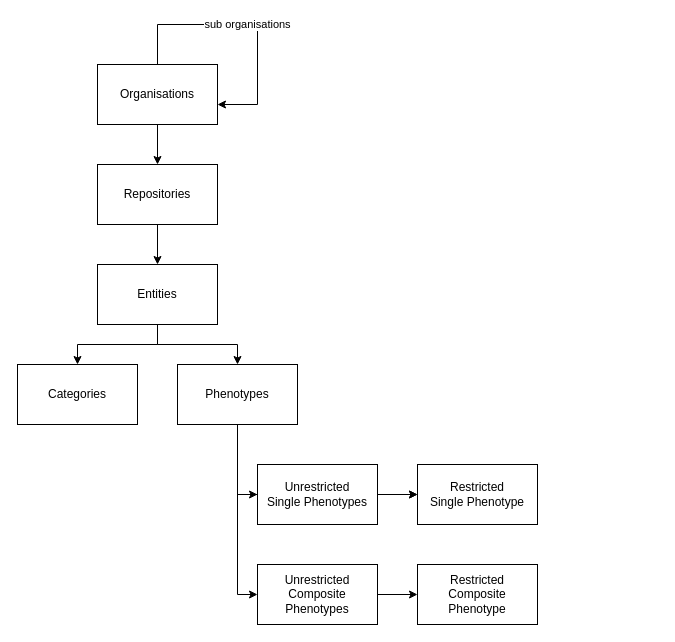
Above: docs/assets/images/content-type-hierarchy.drawio in Onto-Med/top-deployment (draw.io), before the change. Source tidied: cells renumbered, new cells numbered last; positions are measured from the earlier drawing's top-left corner, leaving out a move shared by most shapes. Both pictures are drawn from the tidied source at 100%, with x=0, y=0 at pixel (17, 24).
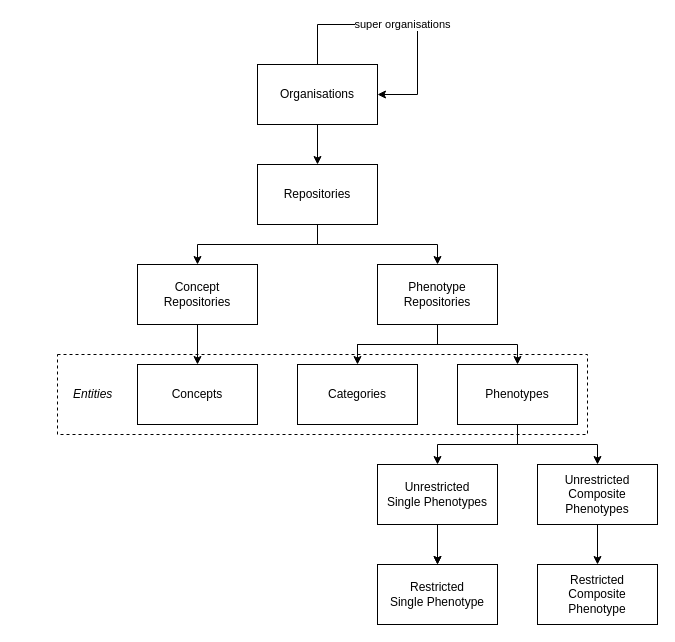
The same diagram, later.

Commit message (it also covers changes not shown here):
Add repository type documentation

Diff of the diagram source:
```diff
@@
+    <mxCell id="22" value="Entities" style="rounded=0;whiteSpace=wrap;html=1;fontStyle=2;labelPosition=center;verticalLabelPosition=middle;align=left;verticalAlign=middle;spacingLeft=14;dashed=1;fillColor=none;" parent="1" vertex="1">
+      <mxGeometry x="40" y="330" width="530" height="80" as="geometry" />
+    </mxCell>
@@
     <mxCell id="3" value="Organisations" style="rounded=0;whiteSpace=wrap;html=1;" parent="1" vertex="1">
-      <mxGeometry x="80" y="40" width="120" height="60" as="geometry" />
+      <mxGeometry x="240" y="40" width="120" height="60" as="geometry" />
     </mxCell>
-    <mxCell id="4" value="sub organisations" style="edgeStyle=orthogonalEdgeStyle;rounded=0;orthogonalLoop=1;jettySize=auto;html=1;exitX=0.5;exitY=0;exitDx=0;exitDy=0;" parent="1" edge="1" source="3" target="3">
+    <mxCell id="4" value="super organisations" style="edgeStyle=orthogonalEdgeStyle;rounded=0;orthogonalLoop=1;jettySize=auto;html=1;exitX=0.5;exitY=0;exitDx=0;exitDy=0;" parent="1" edge="1" source="3" target="3">
       <mxGeometry relative="1" as="geometry">
         <Array as="points">
-          <mxPoint x="140" />
-          <mxPoint x="240" />
-          <mxPoint x="240" y="80" />
+          <mxPoint x="300" />
+          <mxPoint x="400" />
+          <mxPoint x="400" y="70" />
         </Array>
       </mxGeometry>
     </mxCell>
@@
+    <mxCell id="23" style="edgeStyle=orthogonalEdgeStyle;html=1;strokeColor=default;rounded=0;" parent="1" edge="1" source="6" target="25">
+      <mxGeometry relative="1" as="geometry" />
+    </mxCell>
     <mxCell id="6" value="Repositories" style="whiteSpace=wrap;html=1;rounded=0;" parent="1" vertex="1">
-      <mxGeometry x="80" y="140" width="120" height="60" as="geometry" />
+      <mxGeometry x="240" y="140" width="120" height="60" as="geometry" />
     </mxCell>
     <mxCell id="7" style="edgeStyle=orthogonalEdgeStyle;rounded=0;jettySize=auto;html=1;" parent="1" edge="1" source="9" target="10">
       <mxGeometry relative="1" as="geometry">
         <Array as="points">
-          <mxPoint x="140" y="320" />
-          <mxPoint x="60" y="320" />
+          <mxPoint x="340" y="320" />
+          <mxPoint x="260" y="320" />
         </Array>
       </mxGeometry>
     </mxCell>
     <mxCell id="8" style="edgeStyle=orthogonalEdgeStyle;rounded=0;jettySize=auto;html=1;" parent="1" edge="1" source="9" target="13">
       <mxGeometry relative="1" as="geometry">
         <Array as="points">
-          <mxPoint x="140" y="320" />
-          <mxPoint x="220" y="320" />
+          <mxPoint x="340" y="320" />
+          <mxPoint x="420" y="320" />
         </Array>
       </mxGeometry>
     </mxCell>
-    <mxCell id="9" value="Entities" style="whiteSpace=wrap;html=1;rounded=0;" parent="1" vertex="1">
-      <mxGeometry x="80" y="240" width="120" height="60" as="geometry" />
+    <mxCell id="9" value="Phenotype Repositories" style="whiteSpace=wrap;html=1;rounded=0;" parent="1" vertex="1">
+      <mxGeometry x="360" y="240" width="120" height="60" as="geometry" />
     </mxCell>
     <mxCell id="10" value="Categories" style="whiteSpace=wrap;html=1;rounded=0;" parent="1" vertex="1">
-      <mxGeometry y="340" width="120" height="60" as="geometry" />
+      <mxGeometry x="280" y="340" width="120" height="60" as="geometry" />
     </mxCell>
     <mxCell id="11" style="edgeStyle=orthogonalEdgeStyle;rounded=0;jettySize=auto;html=1;" parent="1" edge="1" source="13" target="18">
       <mxGeometry relative="1" as="geometry">
         <Array as="points">
-          <mxPoint x="220" y="470" />
+          <mxPoint x="500" y="420" />
+          <mxPoint x="420" y="420" />
         </Array>
       </mxGeometry>
     </mxCell>
     <mxCell id="12" style="edgeStyle=orthogonalEdgeStyle;rounded=0;jettySize=auto;html=1;startArrow=none;" parent="1" edge="1" source="13" target="14">
       <mxGeometry relative="1" as="geometry">
         <Array as="points">
-          <mxPoint x="220" y="570" />
+          <mxPoint x="500" y="420" />
+          <mxPoint x="580" y="420" />
         </Array>
       </mxGeometry>
     </mxCell>
     <mxCell id="13" value="Phenotypes" style="whiteSpace=wrap;html=1;rounded=0;" parent="1" vertex="1">
-      <mxGeometry x="160" y="340" width="120" height="60" as="geometry" />
+      <mxGeometry x="440" y="340" width="120" height="60" as="geometry" />
     </mxCell>
     <mxCell id="14" value="Unrestricted&lt;br&gt;Composite Phenotypes" style="whiteSpace=wrap;html=1;rounded=0;" parent="1" vertex="1">
-      <mxGeometry x="240" y="540" width="120" height="60" as="geometry" />
+      <mxGeometry x="520" y="440" width="120" height="60" as="geometry" />
     </mxCell>
@@
     <mxCell id="18" value="Unrestricted&lt;br&gt;Single Phenotypes" style="whiteSpace=wrap;html=1;rounded=0;" parent="1" vertex="1">
-      <mxGeometry x="240" y="440" width="120" height="60" as="geometry" />
+      <mxGeometry x="360" y="440" width="120" height="60" as="geometry" />
     </mxCell>
-    <mxCell id="19" style="edgeStyle=orthogonalEdgeStyle;rounded=0;jettySize=auto;html=1;endArrow=none;" parent="1" edge="1" source="13" target="18">
-      <mxGeometry relative="1" as="geometry">
-        <Array as="points">
-          <mxPoint x="220" y="470" />
-        </Array>
-      </mxGeometry>
-    </mxCell>
     <mxCell id="20" value="Restricted&lt;br&gt;Single Phenotype" style="whiteSpace=wrap;html=1;rounded=0;" parent="1" vertex="1">
-      <mxGeometry x="400" y="440" width="120" height="60" as="geometry" />
+      <mxGeometry x="360" y="540" width="120" height="60" as="geometry" />
     </mxCell>
     <mxCell id="21" value="Restricted&lt;br&gt;Composite Phenotype" style="whiteSpace=wrap;html=1;rounded=0;" parent="1" vertex="1">
-      <mxGeometry x="400" y="540" width="120" height="60" as="geometry" />
+      <mxGeometry x="520" y="540" width="120" height="60" as="geometry" />
     </mxCell>
+    <mxCell id="24" style="edgeStyle=orthogonalEdgeStyle;rounded=0;html=1;strokeColor=default;" parent="1" edge="1" source="25" target="26">
+      <mxGeometry relative="1" as="geometry" />
+    </mxCell>
+    <mxCell id="25" value="Concept&lt;br&gt;Repositories" style="whiteSpace=wrap;html=1;rounded=0;" parent="1" vertex="1">
+      <mxGeometry x="120" y="240" width="120" height="60" as="geometry" />
+    </mxCell>
+    <mxCell id="26" value="Concepts" style="whiteSpace=wrap;html=1;rounded=0;" parent="1" vertex="1">
+      <mxGeometry x="120" y="340" width="120" height="60" as="geometry" />
+    </mxCell>
```
